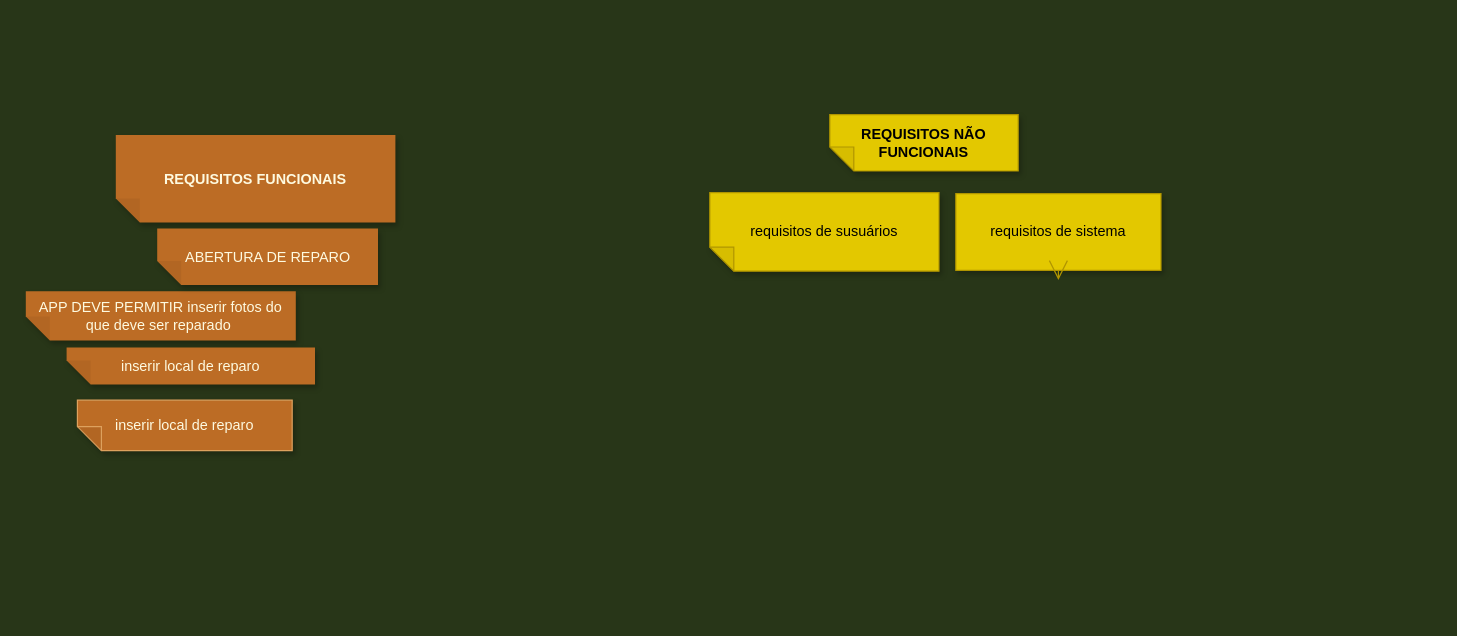
Above: diagramas/Diagrama sem nome.drawio in PuraFome/AEP-Segundo-Semestre-2022 (draw.io), before the change. Source tidied: cells renumbered, new cells numbered last; positions are measured from the earlier drawing's top-left corner, leaving out a move shared by most shapes. Both pictures are drawn from the tidied source at 120%, with x=0, y=0 at pixel (25, 114).
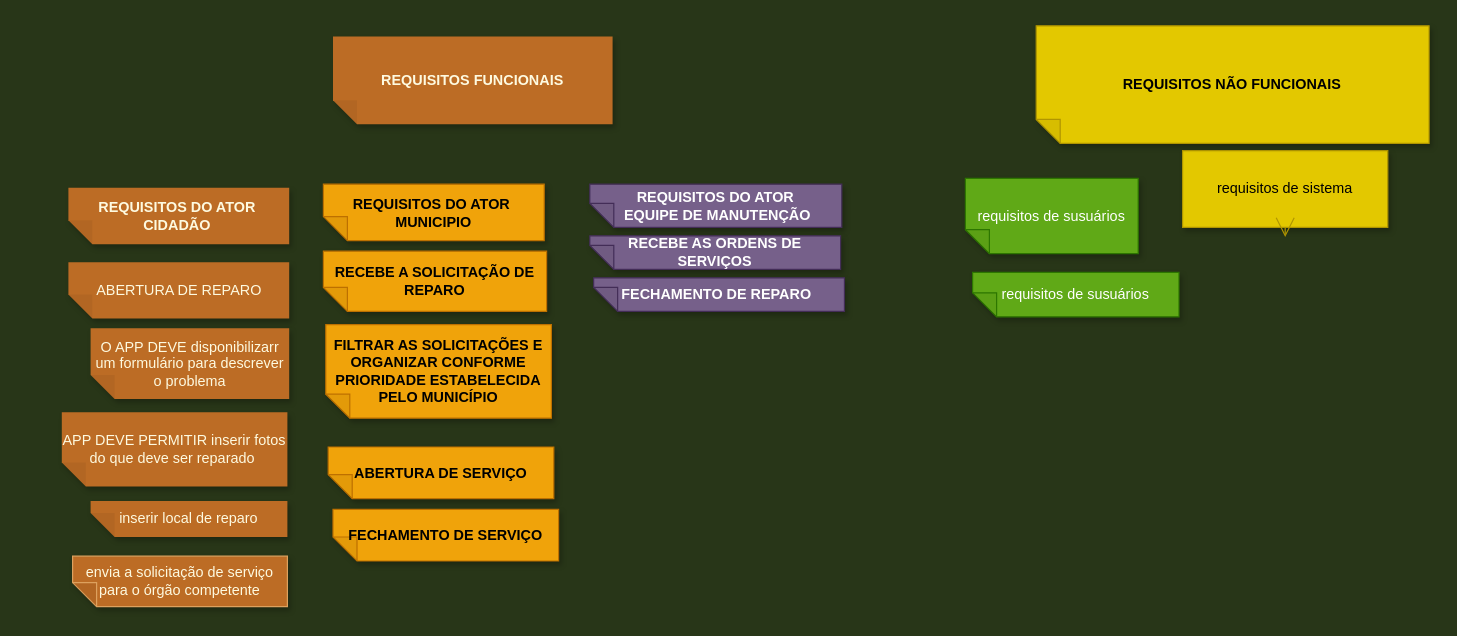
The same page after the edit.

Diff of the diagram source:
```diff
@@
     <mxCell id="2" value="&lt;b&gt;REQUISITOS FUNCIONAIS&lt;/b&gt;" style="shape=note;whiteSpace=wrap;html=1;backgroundOutline=1;fontColor=#FEFAE0;darkOpacity=0.05;fillColor=#BC6C25;strokeColor=none;fillStyle=solid;direction=west;gradientDirection=north;shadow=1;size=20;hachureGap=4;" parent="1" vertex="1">
-      <mxGeometry x="75" y="17" width="233" height="73" as="geometry" />
+      <mxGeometry x="256" y="-65" width="233" height="73" as="geometry" />
     </mxCell>
     <mxCell id="3" value="APP DEVE PERMITIR inserir fotos do que deve ser reparado&amp;nbsp;" style="shape=note;whiteSpace=wrap;html=1;backgroundOutline=1;fontColor=#FEFAE0;darkOpacity=0.05;fillColor=#BC6C25;strokeColor=none;fillStyle=solid;direction=west;gradientDirection=north;shadow=1;size=20;hachureGap=4;" parent="1" vertex="1">
-      <mxGeometry y="147.2" width="225" height="41" as="geometry" />
+      <mxGeometry x="30" y="248" width="188" height="62" as="geometry" />
     </mxCell>
     <mxCell id="4" value="ABERTURA DE REPARO&lt;br&gt;" style="shape=note;whiteSpace=wrap;html=1;backgroundOutline=1;fontColor=#FEFAE0;darkOpacity=0.05;fillColor=#BC6C25;strokeColor=none;fillStyle=solid;direction=west;gradientDirection=north;shadow=1;size=20;hachureGap=4;" parent="1" vertex="1">
-      <mxGeometry x="109.5" y="95" width="184" height="47" as="geometry" />
+      <mxGeometry x="35.5" y="123" width="184" height="47" as="geometry" />
     </mxCell>
     <mxCell id="5" value="&lt;span style=&quot;font-weight: normal;&quot;&gt;requisitos de sistema&lt;/span&gt;" style="shape=note;whiteSpace=wrap;html=1;backgroundOutline=1;fontColor=#000000;darkOpacity=0.05;fillColor=#e3c800;strokeColor=#B09500;fillStyle=solid;direction=west;gradientDirection=north;shadow=1;size=0;hachureGap=4;fontStyle=1;" parent="1" vertex="1">
-      <mxGeometry x="775" y="65.8" width="171" height="64" as="geometry" />
+      <mxGeometry x="964" y="30" width="171" height="64" as="geometry" />
     </mxCell>
-    <mxCell id="6" value="&lt;span style=&quot;font-weight: normal;&quot;&gt;requisitos de susuários&lt;/span&gt;" style="shape=note;whiteSpace=wrap;html=1;backgroundOutline=1;fontColor=#000000;darkOpacity=0.05;fillColor=#e3c800;strokeColor=#B09500;fillStyle=solid;direction=west;gradientDirection=north;shadow=1;size=20;hachureGap=4;fontStyle=1;" parent="1" vertex="1">
-      <mxGeometry x="570" y="65" width="191" height="65.5" as="geometry" />
+    <mxCell id="6" value="&lt;span style=&quot;font-weight: normal;&quot;&gt;requisitos de susuários&lt;/span&gt;" style="shape=note;whiteSpace=wrap;html=1;backgroundOutline=1;darkOpacity=0.05;fillStyle=solid;direction=west;gradientDirection=north;shadow=1;size=20;hachureGap=4;fontStyle=1;fillColor=#60a917;fontColor=#ffffff;strokeColor=#2D7600;" parent="1" vertex="1">
+      <mxGeometry x="783" y="53.1" width="144" height="62.8" as="geometry" />
     </mxCell>
@@
     <mxCell id="8" value="inserir local de reparo" style="shape=note;whiteSpace=wrap;html=1;backgroundOutline=1;fontColor=#FEFAE0;darkOpacity=0.05;fillColor=#BC6C25;strokeColor=none;fillStyle=solid;direction=west;gradientDirection=north;shadow=1;size=20;hachureGap=4;" parent="1" vertex="1">
-      <mxGeometry x="34" y="194" width="207" height="31" as="geometry" />
+      <mxGeometry x="54" y="322" width="164" height="30" as="geometry" />
     </mxCell>
-    <mxCell id="9" value="inserir local de reparo" style="shape=note;whiteSpace=wrap;html=1;backgroundOutline=1;darkOpacity=0.05;fillColor=#BC6C25;strokeColor=#DDA15E;fillStyle=solid;direction=west;gradientDirection=north;shadow=1;size=20;hachureGap=4;fontColor=#FEFAE0;" parent="1" vertex="1">
-      <mxGeometry x="43" y="238" width="179" height="42" as="geometry" />
+    <mxCell id="9" value="envia a solicitação de serviço para o órgão competente" style="shape=note;whiteSpace=wrap;html=1;backgroundOutline=1;darkOpacity=0.05;fillColor=#BC6C25;strokeColor=#DDA15E;fillStyle=solid;direction=west;gradientDirection=north;shadow=1;size=20;hachureGap=4;fontColor=#FEFAE0;" parent="1" vertex="1">
+      <mxGeometry x="39" y="368" width="179" height="42" as="geometry" />
     </mxCell>
     <mxCell id="10" value="&lt;b&gt;REQUISITOS NÃO FUNCIONAIS&lt;/b&gt;" style="shape=note;whiteSpace=wrap;html=1;backgroundOutline=1;fontColor=#000000;darkOpacity=0.05;fillColor=#e3c800;strokeColor=#B09500;fillStyle=solid;direction=west;gradientDirection=north;shadow=1;size=20;hachureGap=4;" parent="1" vertex="1">
-      <mxGeometry x="670" width="157" height="47" as="geometry" />
+      <mxGeometry x="842" y="-74" width="327.4" height="98" as="geometry" />
     </mxCell>
+    <mxCell id="11" value="O APP DEVE disponibilizarr um formulário para descrever o problema" style="shape=note;whiteSpace=wrap;html=1;backgroundOutline=1;fontColor=#FEFAE0;darkOpacity=0.05;fillColor=#BC6C25;strokeColor=none;fillStyle=solid;direction=west;gradientDirection=north;shadow=1;size=20;hachureGap=4;" parent="1" vertex="1">
+      <mxGeometry x="54" y="178" width="165.5" height="59" as="geometry" />
+    </mxCell>
+    <mxCell id="12" value="&lt;b&gt;REQUISITOS DO ATOR&amp;nbsp; CIDADÃO&amp;nbsp;&lt;/b&gt;" style="shape=note;whiteSpace=wrap;html=1;backgroundOutline=1;fontColor=#FEFAE0;darkOpacity=0.05;fillColor=#BC6C25;strokeColor=none;fillStyle=solid;direction=west;gradientDirection=north;shadow=1;size=20;hachureGap=4;" parent="1" vertex="1">
+      <mxGeometry x="35.5" y="61" width="184" height="47" as="geometry" />
+    </mxCell>
+    <mxCell id="13" value="&lt;b&gt;REQUISITOS DO ATOR&amp;nbsp; MUNICIPIO&lt;/b&gt;" style="shape=note;whiteSpace=wrap;html=1;backgroundOutline=1;fontColor=#000000;darkOpacity=0.05;fillColor=#f0a30a;strokeColor=#BD7000;fillStyle=solid;direction=west;gradientDirection=north;shadow=1;size=20;hachureGap=4;" parent="1" vertex="1">
+      <mxGeometry x="248" y="58" width="184" height="47" as="geometry" />
+    </mxCell>
+    <mxCell id="14" value="&lt;b&gt;RECEBE A SOLICITAÇÃO DE REPARO&lt;/b&gt;" style="shape=note;whiteSpace=wrap;html=1;backgroundOutline=1;fontColor=#000000;darkOpacity=0.05;fillColor=#f0a30a;strokeColor=#BD7000;fillStyle=solid;direction=west;gradientDirection=north;shadow=1;size=20;hachureGap=4;" parent="1" vertex="1">
+      <mxGeometry x="248" y="113.8" width="186" height="50.2" as="geometry" />
+    </mxCell>
+    <mxCell id="15" value="&lt;b&gt;FILTRAR AS SOLICITAÇÕES E ORGANIZAR CONFORME PRIORIDADE ESTABELECIDA PELO MUNICÍPIO&lt;/b&gt;" style="shape=note;whiteSpace=wrap;html=1;backgroundOutline=1;fontColor=#000000;darkOpacity=0.05;fillColor=#f0a30a;strokeColor=#BD7000;fillStyle=solid;direction=west;gradientDirection=north;shadow=1;size=20;hachureGap=4;" parent="1" vertex="1">
+      <mxGeometry x="250" y="175" width="188" height="78" as="geometry" />
+    </mxCell>
+    <mxCell id="16" value="&lt;b&gt;ABERTURA DE SERVIÇO&lt;/b&gt;" style="shape=note;whiteSpace=wrap;html=1;backgroundOutline=1;fontColor=#000000;darkOpacity=0.05;fillColor=#f0a30a;strokeColor=#BD7000;fillStyle=solid;direction=west;gradientDirection=north;shadow=1;size=20;hachureGap=4;" parent="1" vertex="1">
+      <mxGeometry x="252" y="277" width="188" height="43" as="geometry" />
+    </mxCell>
+    <mxCell id="17" value="&lt;b&gt;FECHAMENTO DE SERVIÇO&lt;/b&gt;" style="shape=note;whiteSpace=wrap;html=1;backgroundOutline=1;fontColor=#000000;darkOpacity=0.05;fillColor=#f0a30a;strokeColor=#BD7000;fillStyle=solid;direction=west;gradientDirection=north;shadow=1;size=20;hachureGap=4;" parent="1" vertex="1">
+      <mxGeometry x="256" y="329" width="188" height="43" as="geometry" />
+    </mxCell>
+    <mxCell id="18" value="REQUISITOS DO ATOR&lt;br&gt;&amp;nbsp;EQUIPE DE MANUTENÇÃO" style="shape=note;whiteSpace=wrap;html=1;backgroundOutline=1;fontColor=#ffffff;darkOpacity=0.05;fillColor=#76608a;strokeColor=#432D57;fillStyle=solid;direction=west;gradientDirection=north;shadow=1;size=20;hachureGap=4;fontStyle=1;" parent="1" vertex="1">
+      <mxGeometry x="470" y="58" width="210" height="36" as="geometry" />
+    </mxCell>
+    <mxCell id="19" value="RECEBE AS ORDENS DE SERVIÇOS" style="shape=note;whiteSpace=wrap;html=1;backgroundOutline=1;fontColor=#ffffff;darkOpacity=0.05;fillColor=#76608a;strokeColor=#432D57;fillStyle=solid;direction=west;gradientDirection=north;shadow=1;size=20;hachureGap=4;fontStyle=1;" parent="1" vertex="1">
+      <mxGeometry x="470" y="101" width="209" height="28" as="geometry" />
+    </mxCell>
+    <mxCell id="20" value="FECHAMENTO DE REPARO&amp;nbsp;" style="shape=note;whiteSpace=wrap;html=1;backgroundOutline=1;fontColor=#ffffff;darkOpacity=0.05;fillColor=#76608a;strokeColor=#432D57;fillStyle=solid;direction=west;gradientDirection=north;shadow=1;size=20;hachureGap=4;fontStyle=1;" parent="1" vertex="1">
+      <mxGeometry x="473.2" y="136" width="209" height="28" as="geometry" />
+    </mxCell>
+    <mxCell id="21" value="&lt;span style=&quot;font-weight: normal;&quot;&gt;requisitos de susuários&lt;/span&gt;" style="shape=note;whiteSpace=wrap;html=1;backgroundOutline=1;darkOpacity=0.05;fillStyle=solid;direction=west;gradientDirection=north;shadow=1;size=20;hachureGap=4;fontStyle=1;fillColor=#60a917;fontColor=#ffffff;strokeColor=#2D7600;" parent="1" vertex="1">
+      <mxGeometry x="789" y="131.5" width="172" height="37" as="geometry" />
+    </mxCell>
```
